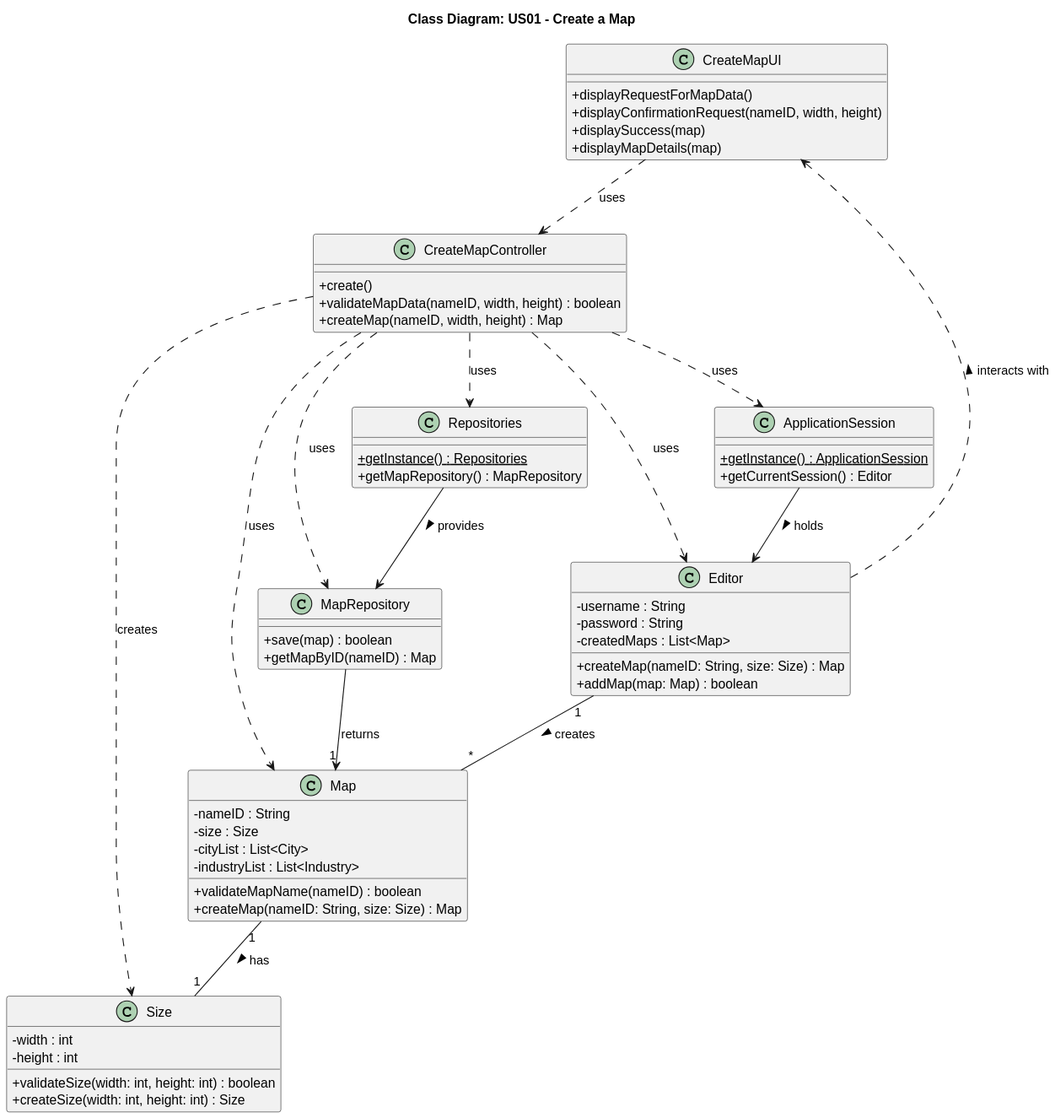
HenriqueSilva18/Railway-Network-Simulator keeps this PlantUML diagram as docs/system-documentation/Sprint 2/US01/03.design/svg/US01-CD.svg. Above is the earlier version. The source it was exported from:
```plantuml
@startuml
skinparam packageStyle rectangle
skinparam shadowing false
skinparam classAttributeIconSize 0

title Class Diagram: US01 - Create a Map

class CreateMapUI {
    + displayRequestForMapData()
    + displayConfirmationRequest(nameID, width, height)
    + displaySuccess(map)
    + displayMapDetails(map)
}

class CreateMapController {
    + create()
    + validateMapData(nameID, width, height) : boolean
    + createMap(nameID, width, height) : Map
}

class MapRepository {
    + save(map) : boolean
    + getMapByID(nameID) : Map
}

class Repositories {
    + {static} getInstance() : Repositories
    + getMapRepository() : MapRepository
}

class ApplicationSession {
    + {static} getInstance() : ApplicationSession
    + getCurrentSession() : Editor
}

class Map {
    - nameID : String
    - size : Size
    - cityList : List<City>
    - industryList : List<Industry>

    + validateMapName(nameID) : boolean
    + createMap(nameID: String, size: Size) : Map
}

class Size {
    - width : int
    - height : int

    + validateSize(width: int, height: int) : boolean
    + createSize(width: int, height: int) : Size
}

class Editor {
    - username : String
    - password : String
    - createdMaps : List<Map>

    + createMap(nameID: String, size: Size) : Map
    + addMap(map: Map) : boolean
}

CreateMapUI ..> CreateMapController : uses
CreateMapController ..> MapRepository : uses
CreateMapController ..> Repositories : uses
CreateMapController ..> ApplicationSession : uses
CreateMapController ..> Map : uses
CreateMapController ..> Size : creates
CreateMapController ..> Editor : uses

Map "1" -- "1" Size : has >
MapRepository --> "1" Map : returns
Editor "1" -- "*" Map : creates >

Repositories --> MapRepository : provides >

ApplicationSession --> Editor : holds >

Editor ..> CreateMapUI : interacts with >
@enduml
```
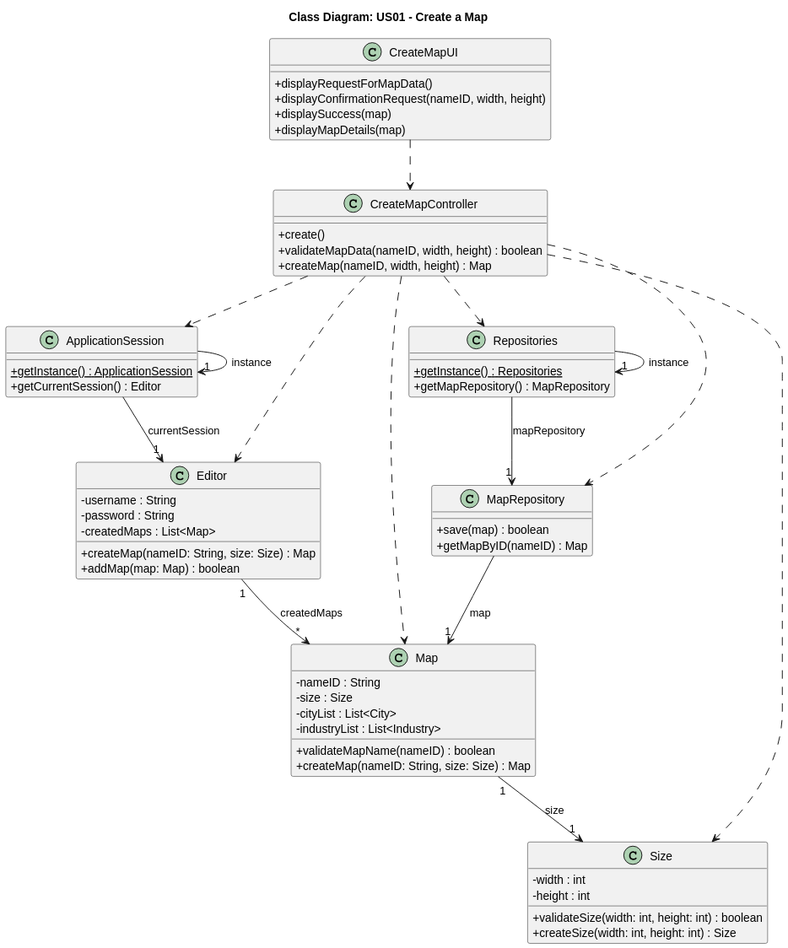
Above is the later version.

Diff of the diagram source:
```diff
@@ -60,21 +60,22 @@
     + addMap(map: Map) : boolean
 }
 
-CreateMapUI ..> CreateMapController : uses
-CreateMapController ..> MapRepository : uses
-CreateMapController ..> Repositories : uses
-CreateMapController ..> ApplicationSession : uses
-CreateMapController ..> Map : uses
-CreateMapController ..> Size : creates
-CreateMapController ..> Editor : uses
+CreateMapUI ..> CreateMapController
 
-Map "1" -- "1" Size : has >
-MapRepository --> "1" Map : returns
-Editor "1" -- "*" Map : creates >
+CreateMapController ..> MapRepository
+CreateMapController ..> Repositories
+CreateMapController ..> ApplicationSession
+CreateMapController ..> Map
+CreateMapController ..> Size
+CreateMapController ..> Editor
 
-Repositories --> MapRepository : provides >
+Map "1" --> "1" Size : size
+MapRepository --> "1" Map : map
+Editor "1" --> "*" Map : createdMaps
 
-ApplicationSession --> Editor : holds >
+Repositories -> "1" Repositories : instance
+Repositories --> "1" MapRepository : mapRepository
 
-Editor ..> CreateMapUI : interacts with >
+ApplicationSession -> "1" ApplicationSession : instance
+ApplicationSession --> "1" Editor : currentSession
 @enduml
```
